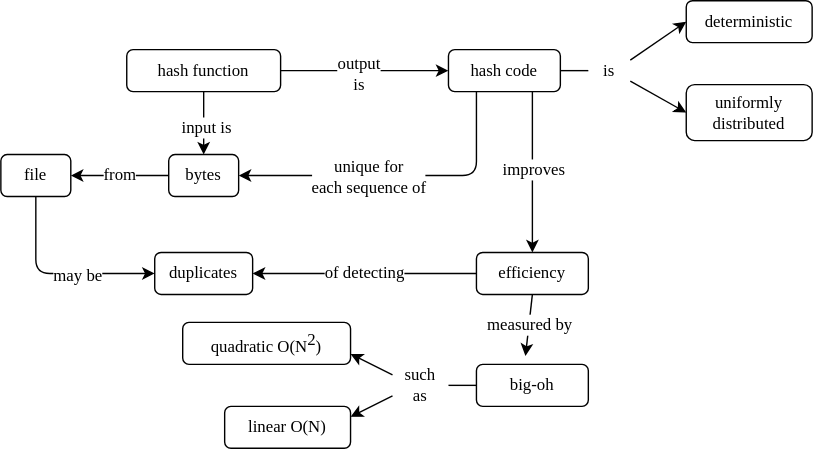
This is sdxpy/dup/concept_map.svg from gvwilson/thirdbit, a draw.io export, as it was before one commit. Source tidied: cells renumbered, new cells last; positions are measured from the earlier drawing's top-left corner, leaving out a move shared by most shapes.
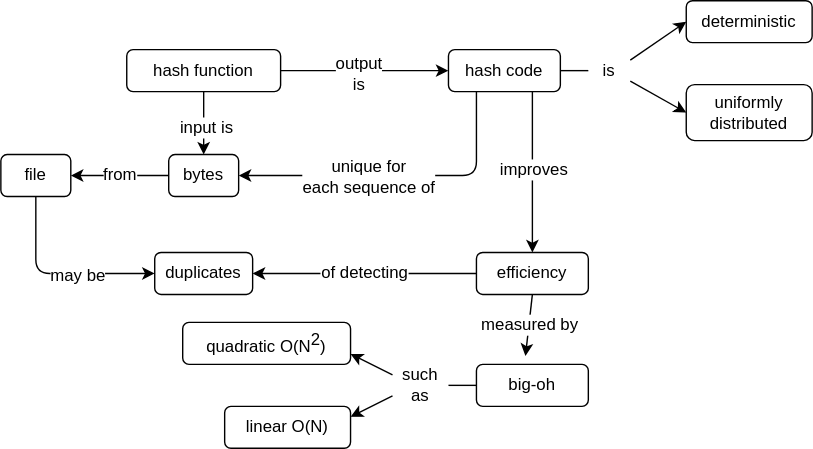
After the commit.

Diff of the diagram source:
```diff
@@ -2,110 +2,110 @@
   <root>
     <mxCell id="0" />
     <mxCell id="1" parent="0" />
-    <mxCell id="2" value="hash function" style="rounded=1;whiteSpace=wrap;html=1;fillColor=none;fontFamily=Verdana;fontSize=12;" parent="1" vertex="1">
+    <mxCell id="2" value="hash function" style="rounded=1;whiteSpace=wrap;html=1;fillColor=none;fontFamily=Helvetica;fontSize=12;" parent="1" vertex="1">
       <mxGeometry x="90" y="35" width="110" height="30" as="geometry" />
     </mxCell>
-    <mxCell id="3" value="bytes" style="rounded=1;whiteSpace=wrap;html=1;fillColor=none;fontFamily=Verdana;fontSize=12;" parent="1" vertex="1">
+    <mxCell id="3" value="bytes" style="rounded=1;whiteSpace=wrap;html=1;fillColor=none;fontFamily=Helvetica;fontSize=12;" parent="1" vertex="1">
       <mxGeometry x="120" y="110" width="50" height="30" as="geometry" />
     </mxCell>
-    <mxCell id="4" value="file" style="rounded=1;whiteSpace=wrap;html=1;fillColor=none;fontFamily=Verdana;fontSize=12;" parent="1" vertex="1">
+    <mxCell id="4" value="file" style="rounded=1;whiteSpace=wrap;html=1;fillColor=none;fontFamily=Helvetica;fontSize=12;" parent="1" vertex="1">
       <mxGeometry y="110" width="50" height="30" as="geometry" />
     </mxCell>
-    <mxCell id="5" value="hash code" style="rounded=1;whiteSpace=wrap;html=1;fillColor=none;fontFamily=Verdana;fontSize=12;" parent="1" vertex="1">
+    <mxCell id="5" value="hash code" style="rounded=1;whiteSpace=wrap;html=1;fillColor=none;fontFamily=Helvetica;fontSize=12;" parent="1" vertex="1">
       <mxGeometry x="320" y="35" width="80" height="30" as="geometry" />
     </mxCell>
-    <mxCell id="6" value="&lt;font style=&quot;font-size: 12px;&quot;&gt;from&lt;/font&gt;" style="endArrow=classic;html=1;rounded=0;fontFamily=Verdana;entryX=1;entryY=0.5;entryDx=0;entryDy=0;exitX=0;exitY=0.5;exitDx=0;exitDy=0;fontSize=12;" parent="1" edge="1" source="3" target="4">
+    <mxCell id="6" value="&lt;font style=&quot;font-size: 12px;&quot;&gt;from&lt;/font&gt;" style="endArrow=classic;html=1;rounded=0;fontFamily=Helvetica;entryX=1;entryY=0.5;entryDx=0;entryDy=0;exitX=0;exitY=0.5;exitDx=0;exitDy=0;fontSize=12;" parent="1" edge="1" source="3" target="4">
       <mxGeometry relative="1" as="geometry" />
     </mxCell>
-    <mxCell id="7" style="endArrow=classic;html=1;rounded=0;fontFamily=Verdana;fontSize=12;exitX=0.5;exitY=1;exitDx=0;exitDy=0;entryX=0.5;entryY=0;entryDx=0;entryDy=0;" parent="1" edge="1" source="2" target="3">
+    <mxCell id="7" style="endArrow=classic;html=1;rounded=0;fontFamily=Helvetica;fontSize=12;exitX=0.5;exitY=1;exitDx=0;exitDy=0;entryX=0.5;entryY=0;entryDx=0;entryDy=0;" parent="1" edge="1" source="2" target="3">
       <mxGeometry relative="1" as="geometry" />
     </mxCell>
-    <mxCell id="8" value="input is" style="edgeLabel;html=1;align=center;verticalAlign=middle;fontSize=12;fontFamily=Verdana;" parent="7" vertex="1">
+    <mxCell id="8" value="input is" style="edgeLabel;html=1;align=center;verticalAlign=middle;fontSize=12;fontFamily=Helvetica;" parent="7" vertex="1">
       <mxGeometry x="0.1" y="1" relative="1" as="geometry" />
     </mxCell>
-    <mxCell id="9" style="endArrow=classic;html=1;rounded=0;fontFamily=Verdana;fontSize=12;entryX=0;entryY=0.5;entryDx=0;entryDy=0;exitX=1;exitY=0.5;exitDx=0;exitDy=0;" parent="1" edge="1" source="2" target="5">
+    <mxCell id="9" style="endArrow=classic;html=1;rounded=0;fontFamily=Helvetica;fontSize=12;entryX=0;entryY=0.5;entryDx=0;entryDy=0;exitX=1;exitY=0.5;exitDx=0;exitDy=0;" parent="1" edge="1" source="2" target="5">
       <mxGeometry relative="1" as="geometry" />
     </mxCell>
-    <mxCell id="10" value="output&lt;br style=&quot;font-size: 12px;&quot;&gt;is" style="edgeLabel;html=1;align=center;verticalAlign=middle;fontSize=12;fontFamily=Verdana;" parent="9" vertex="1">
+    <mxCell id="10" value="output&lt;br style=&quot;font-size: 12px;&quot;&gt;is" style="edgeLabel;html=1;align=center;verticalAlign=middle;fontSize=12;fontFamily=Helvetica;" parent="9" vertex="1">
       <mxGeometry x="-0.08" y="-1" relative="1" as="geometry" />
     </mxCell>
-    <mxCell id="11" value="deterministic" style="rounded=1;whiteSpace=wrap;html=1;fillColor=none;fontFamily=Verdana;fontSize=12;" parent="1" vertex="1">
+    <mxCell id="11" value="deterministic" style="rounded=1;whiteSpace=wrap;html=1;fillColor=none;fontFamily=Helvetica;fontSize=12;" parent="1" vertex="1">
       <mxGeometry x="490" width="90" height="30" as="geometry" />
     </mxCell>
-    <mxCell id="12" value="uniformly&lt;br style=&quot;font-size: 12px;&quot;&gt;distributed" style="rounded=1;whiteSpace=wrap;html=1;fillColor=none;fontFamily=Verdana;fontSize=12;" parent="1" vertex="1">
+    <mxCell id="12" value="uniformly&lt;br style=&quot;font-size: 12px;&quot;&gt;distributed" style="rounded=1;whiteSpace=wrap;html=1;fillColor=none;fontFamily=Helvetica;fontSize=12;" parent="1" vertex="1">
       <mxGeometry x="490" y="60" width="90" height="40" as="geometry" />
     </mxCell>
-    <mxCell id="13" value="is" style="text;html=1;strokeColor=none;fillColor=none;align=center;verticalAlign=middle;whiteSpace=wrap;rounded=0;fontFamily=Verdana;fontSize=12;" parent="1" vertex="1">
+    <mxCell id="13" value="is" style="text;html=1;strokeColor=none;fillColor=none;align=center;verticalAlign=middle;whiteSpace=wrap;rounded=0;fontFamily=Helvetica;fontSize=12;" parent="1" vertex="1">
       <mxGeometry x="420" y="35" width="30" height="30" as="geometry" />
     </mxCell>
-    <mxCell id="14" style="endArrow=none;html=1;rounded=0;fontFamily=Verdana;fontSize=12;exitX=1;exitY=0.5;exitDx=0;exitDy=0;entryX=0;entryY=0.5;entryDx=0;entryDy=0;" parent="1" edge="1" source="5" target="13">
+    <mxCell id="14" style="endArrow=none;html=1;rounded=0;fontFamily=Helvetica;fontSize=12;exitX=1;exitY=0.5;exitDx=0;exitDy=0;entryX=0;entryY=0.5;entryDx=0;entryDy=0;" parent="1" edge="1" source="5" target="13">
       <mxGeometry relative="1" as="geometry" />
     </mxCell>
-    <mxCell id="15" style="endArrow=classic;html=1;rounded=0;fontFamily=Verdana;fontSize=12;entryX=0;entryY=0.5;entryDx=0;entryDy=0;exitX=1;exitY=0.25;exitDx=0;exitDy=0;" parent="1" edge="1" source="13" target="11">
+    <mxCell id="15" style="endArrow=classic;html=1;rounded=0;fontFamily=Helvetica;fontSize=12;entryX=0;entryY=0.5;entryDx=0;entryDy=0;exitX=1;exitY=0.25;exitDx=0;exitDy=0;" parent="1" edge="1" source="13" target="11">
       <mxGeometry relative="1" as="geometry" />
     </mxCell>
-    <mxCell id="16" style="endArrow=classic;html=1;rounded=0;fontFamily=Verdana;fontSize=12;entryX=0;entryY=0.5;entryDx=0;entryDy=0;exitX=1;exitY=0.75;exitDx=0;exitDy=0;" parent="1" edge="1" source="13" target="12">
+    <mxCell id="16" style="endArrow=classic;html=1;rounded=0;fontFamily=Helvetica;fontSize=12;entryX=0;entryY=0.5;entryDx=0;entryDy=0;exitX=1;exitY=0.75;exitDx=0;exitDy=0;" parent="1" edge="1" source="13" target="12">
       <mxGeometry relative="1" as="geometry" />
     </mxCell>
-    <mxCell id="17" style="endArrow=classic;html=1;rounded=1;fontFamily=Verdana;fontSize=12;exitX=0.25;exitY=1;exitDx=0;exitDy=0;entryX=1;entryY=0.5;entryDx=0;entryDy=0;" parent="1" edge="1" source="5" target="3">
+    <mxCell id="17" style="endArrow=classic;html=1;rounded=1;fontFamily=Helvetica;fontSize=12;exitX=0.25;exitY=1;exitDx=0;exitDy=0;entryX=1;entryY=0.5;entryDx=0;entryDy=0;" parent="1" edge="1" source="5" target="3">
       <mxGeometry relative="1" as="geometry">
         <Array as="points">
           <mxPoint x="340" y="125" />
         </Array>
       </mxGeometry>
     </mxCell>
-    <mxCell id="18" value="unique for&lt;br style=&quot;font-size: 12px;&quot;&gt;each sequence of" style="edgeLabel;html=1;align=center;verticalAlign=middle;fontSize=12;fontFamily=Verdana;" parent="17" vertex="1">
+    <mxCell id="18" value="unique for&lt;br style=&quot;font-size: 12px;&quot;&gt;each sequence of" style="edgeLabel;html=1;align=center;verticalAlign=middle;fontSize=12;fontFamily=Helvetica;" parent="17" vertex="1">
       <mxGeometry x="-0.03" y="1" relative="1" as="geometry">
         <mxPoint x="-27" y="-1" as="offset" />
       </mxGeometry>
     </mxCell>
-    <mxCell id="19" value="duplicates" style="rounded=1;whiteSpace=wrap;html=1;fillColor=none;fontFamily=Verdana;fontSize=12;" parent="1" vertex="1">
+    <mxCell id="19" value="duplicates" style="rounded=1;whiteSpace=wrap;html=1;fillColor=none;fontFamily=Helvetica;fontSize=12;" parent="1" vertex="1">
       <mxGeometry x="110" y="180" width="70" height="30" as="geometry" />
     </mxCell>
-    <mxCell id="20" style="endArrow=classic;html=1;rounded=1;fontFamily=Verdana;fontSize=12;exitX=0.5;exitY=1;exitDx=0;exitDy=0;entryX=0;entryY=0.5;entryDx=0;entryDy=0;" parent="1" edge="1" source="4" target="19">
+    <mxCell id="20" style="endArrow=classic;html=1;rounded=1;fontFamily=Helvetica;fontSize=12;exitX=0.5;exitY=1;exitDx=0;exitDy=0;entryX=0;entryY=0.5;entryDx=0;entryDy=0;" parent="1" edge="1" source="4" target="19">
       <mxGeometry relative="1" as="geometry">
         <Array as="points">
           <mxPoint x="25" y="195" />
         </Array>
       </mxGeometry>
     </mxCell>
-    <mxCell id="21" value="may be" style="edgeLabel;html=1;align=center;verticalAlign=middle;fontSize=12;fontFamily=Verdana;" parent="20" vertex="1">
+    <mxCell id="21" value="may be" style="edgeLabel;html=1;align=center;verticalAlign=middle;fontSize=12;fontFamily=Helvetica;" parent="20" vertex="1">
       <mxGeometry x="0.2" y="-1" relative="1" as="geometry" />
     </mxCell>
-    <mxCell id="22" value="efficiency" style="rounded=1;whiteSpace=wrap;html=1;fillColor=none;fontFamily=Verdana;fontSize=12;" parent="1" vertex="1">
+    <mxCell id="22" value="efficiency" style="rounded=1;whiteSpace=wrap;html=1;fillColor=none;fontFamily=Helvetica;fontSize=12;" parent="1" vertex="1">
       <mxGeometry x="340" y="180" width="80" height="30" as="geometry" />
     </mxCell>
-    <mxCell id="23" style="endArrow=classic;html=1;rounded=1;fontFamily=Verdana;fontSize=12;entryX=0.5;entryY=0;entryDx=0;entryDy=0;exitX=0.75;exitY=1;exitDx=0;exitDy=0;" parent="1" edge="1" source="5" target="22">
+    <mxCell id="23" style="endArrow=classic;html=1;rounded=1;fontFamily=Helvetica;fontSize=12;entryX=0.5;entryY=0;entryDx=0;entryDy=0;exitX=0.75;exitY=1;exitDx=0;exitDy=0;" parent="1" edge="1" source="5" target="22">
       <mxGeometry relative="1" as="geometry" />
     </mxCell>
-    <mxCell id="24" value="improves" style="edgeLabel;html=1;align=center;verticalAlign=middle;fontSize=12;fontFamily=Verdana;" parent="23" vertex="1">
+    <mxCell id="24" value="improves" style="edgeLabel;html=1;align=center;verticalAlign=middle;fontSize=12;fontFamily=Helvetica;" parent="23" vertex="1">
       <mxGeometry x="-0.04" relative="1" as="geometry" />
     </mxCell>
-    <mxCell id="25" value="of detecting" style="endArrow=classic;html=1;rounded=1;fontFamily=Verdana;fontSize=12;exitX=0;exitY=0.5;exitDx=0;exitDy=0;entryX=1;entryY=0.5;entryDx=0;entryDy=0;" parent="1" edge="1" source="22" target="19">
+    <mxCell id="25" value="of detecting" style="endArrow=classic;html=1;rounded=1;fontFamily=Helvetica;fontSize=12;exitX=0;exitY=0.5;exitDx=0;exitDy=0;entryX=1;entryY=0.5;entryDx=0;entryDy=0;" parent="1" edge="1" source="22" target="19">
       <mxGeometry relative="1" as="geometry" />
     </mxCell>
-    <mxCell id="26" value="big-oh" style="rounded=1;whiteSpace=wrap;html=1;fillColor=none;fontFamily=Verdana;fontSize=12;" parent="1" vertex="1">
+    <mxCell id="26" value="big-oh" style="rounded=1;whiteSpace=wrap;html=1;fillColor=none;fontFamily=Helvetica;fontSize=12;" parent="1" vertex="1">
       <mxGeometry x="340" y="260" width="80" height="30" as="geometry" />
     </mxCell>
-    <mxCell id="27" value="measured by" style="endArrow=classic;html=1;rounded=1;fontFamily=Verdana;fontSize=12;entryX=0.438;entryY=-0.2;entryDx=0;entryDy=0;exitX=0.5;exitY=1;exitDx=0;exitDy=0;entryPerimeter=0;" parent="1" edge="1" source="22" target="26">
+    <mxCell id="27" value="measured by" style="endArrow=classic;html=1;rounded=1;fontFamily=Helvetica;fontSize=12;entryX=0.438;entryY=-0.2;entryDx=0;entryDy=0;exitX=0.5;exitY=1;exitDx=0;exitDy=0;entryPerimeter=0;" parent="1" edge="1" source="22" target="26">
       <mxGeometry relative="1" as="geometry" />
     </mxCell>
-    <mxCell id="28" value="such&lt;br style=&quot;font-size: 12px;&quot;&gt;as" style="text;html=1;strokeColor=none;fillColor=none;align=center;verticalAlign=middle;whiteSpace=wrap;rounded=0;fontFamily=Verdana;fontSize=12;" parent="1" vertex="1">
+    <mxCell id="28" value="such&lt;br style=&quot;font-size: 12px;&quot;&gt;as" style="text;html=1;strokeColor=none;fillColor=none;align=center;verticalAlign=middle;whiteSpace=wrap;rounded=0;fontFamily=Helvetica;fontSize=12;" parent="1" vertex="1">
       <mxGeometry x="280" y="260" width="40" height="30" as="geometry" />
     </mxCell>
-    <mxCell id="29" style="endArrow=none;html=1;rounded=1;fontFamily=Verdana;fontSize=12;entryX=1;entryY=0.5;entryDx=0;entryDy=0;exitX=0;exitY=0.5;exitDx=0;exitDy=0;" parent="1" edge="1" source="26" target="28">
+    <mxCell id="29" style="endArrow=none;html=1;rounded=1;fontFamily=Helvetica;fontSize=12;entryX=1;entryY=0.5;entryDx=0;entryDy=0;exitX=0;exitY=0.5;exitDx=0;exitDy=0;" parent="1" edge="1" source="26" target="28">
       <mxGeometry relative="1" as="geometry" />
     </mxCell>
-    <mxCell id="30" value="linear O(N)" style="rounded=1;whiteSpace=wrap;html=1;fillColor=none;fontFamily=Verdana;fontSize=12;" parent="1" vertex="1">
+    <mxCell id="30" value="linear O(N)" style="rounded=1;whiteSpace=wrap;html=1;fillColor=none;fontFamily=Helvetica;fontSize=12;" parent="1" vertex="1">
       <mxGeometry x="160" y="290" width="90" height="30" as="geometry" />
     </mxCell>
-    <mxCell id="31" value="quadratic O(N&lt;sup style=&quot;font-size: 12px;&quot;&gt;2&lt;/sup&gt;)" style="rounded=1;whiteSpace=wrap;html=1;fillColor=none;fontFamily=Verdana;fontSize=12;" parent="1" vertex="1">
+    <mxCell id="31" value="quadratic O(N&lt;sup style=&quot;font-size: 12px;&quot;&gt;2&lt;/sup&gt;)" style="rounded=1;whiteSpace=wrap;html=1;fillColor=none;fontFamily=Helvetica;fontSize=12;" parent="1" vertex="1">
       <mxGeometry x="130" y="230" width="120" height="30" as="geometry" />
     </mxCell>
-    <mxCell id="32" style="endArrow=classic;html=1;rounded=1;fontFamily=Verdana;fontSize=12;exitX=0;exitY=0.75;exitDx=0;exitDy=0;entryX=1;entryY=0.25;entryDx=0;entryDy=0;" parent="1" edge="1" source="28" target="30">
+    <mxCell id="32" style="endArrow=classic;html=1;rounded=1;fontFamily=Helvetica;fontSize=12;exitX=0;exitY=0.75;exitDx=0;exitDy=0;entryX=1;entryY=0.25;entryDx=0;entryDy=0;" parent="1" edge="1" source="28" target="30">
       <mxGeometry relative="1" as="geometry" />
     </mxCell>
-    <mxCell id="33" style="endArrow=classic;html=1;rounded=1;fontFamily=Verdana;fontSize=12;entryX=1;entryY=0.75;entryDx=0;entryDy=0;exitX=0;exitY=0.25;exitDx=0;exitDy=0;" parent="1" edge="1" source="28" target="31">
+    <mxCell id="33" style="endArrow=classic;html=1;rounded=1;fontFamily=Helvetica;fontSize=12;entryX=1;entryY=0.75;entryDx=0;entryDy=0;exitX=0;exitY=0.25;exitDx=0;exitDy=0;" parent="1" edge="1" source="28" target="31">
       <mxGeometry relative="1" as="geometry" />
     </mxCell>
   </root>
```
